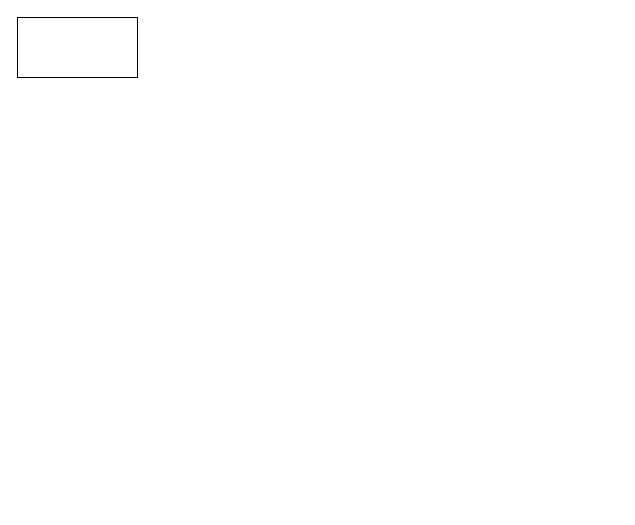
CDXcai/draw keeps this draw.io diagram as 未命名绘图.drawio. Above is the earlier version. Source tidied: cells renumbered, new cells numbered last; positions are measured from the earlier drawing's top-left corner, leaving out a move shared by most shapes. Both pictures are drawn from the tidied source at 100%, with x=0, y=0 at pixel (17, 17).
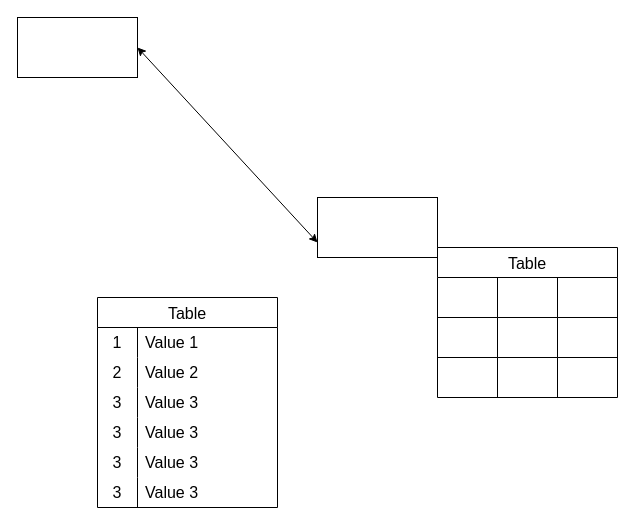
The same diagram, later.

Commit message:
更新未命名绘图.drawio

The change refers to these unchanged cells:
```xml
<mxCell id="2" style="rounded=0;whiteSpace=wrap;html=1;" parent="1" vertex="1">
  <mxGeometry width="120" height="60" as="geometry" />
</mxCell>
```

What changed in the source:
```diff
@@
+    <mxCell id="3" style="rounded=0;whiteSpace=wrap;html=1;" parent="1" vertex="1">
+      <mxGeometry x="300" y="180" width="120" height="60" as="geometry" />
+    </mxCell>
+    <mxCell id="4" style="endArrow=classic;startArrow=classic;html=1;rounded=0;entryX=0;entryY=0.75;entryDx=0;entryDy=0;exitX=1;exitY=0.5;exitDx=0;exitDy=0;" parent="1" edge="1" source="2" target="3">
+      <mxGeometry relative="1" as="geometry" />
+    </mxCell>
+    <mxCell id="5" value="Table" style="shape=table;startSize=30;childLayout=tableLayout;strokeColor=default;fontSize=16;" parent="1" vertex="1">
+      <mxGeometry x="420" y="230" width="180" height="150" as="geometry" />
+    </mxCell>
+    <mxCell id="6" style="shape=tableRow;horizontal=0;startSize=0;swimlaneHead=0;swimlaneBody=0;strokeColor=inherit;top=0;left=0;bottom=0;right=0;fillColor=none;fontSize=16;" parent="5" vertex="1">
+      <mxGeometry y="30" width="180" height="40" as="geometry" />
+    </mxCell>
+    <mxCell id="7" style="shape=partialRectangle;html=1;whiteSpace=wrap;strokeColor=inherit;overflow=hidden;fillColor=none;top=0;left=0;bottom=0;right=0;fontSize=16;" parent="6" vertex="1">
+      <mxGeometry width="60" height="40" as="geometry" />
+    </mxCell>
+    <mxCell id="8" style="shape=partialRectangle;html=1;whiteSpace=wrap;strokeColor=inherit;overflow=hidden;fillColor=none;top=0;left=0;bottom=0;right=0;fontSize=16;" parent="6" vertex="1">
+      <mxGeometry x="60" width="60" height="40" as="geometry" />
+    </mxCell>
+    <mxCell id="9" style="shape=partialRectangle;html=1;whiteSpace=wrap;strokeColor=inherit;overflow=hidden;fillColor=none;top=0;left=0;bottom=0;right=0;fontSize=16;" parent="6" vertex="1">
+      <mxGeometry x="120" width="60" height="40" as="geometry" />
+    </mxCell>
+    <mxCell id="10" style="shape=tableRow;horizontal=0;startSize=0;swimlaneHead=0;swimlaneBody=0;strokeColor=inherit;top=0;left=0;bottom=0;right=0;fillColor=none;fontSize=16;" parent="5" vertex="1">
+      <mxGeometry y="70" width="180" height="40" as="geometry" />
+    </mxCell>
+    <mxCell id="11" style="shape=partialRectangle;html=1;whiteSpace=wrap;strokeColor=inherit;overflow=hidden;fillColor=none;top=0;left=0;bottom=0;right=0;fontSize=16;" parent="10" vertex="1">
+      <mxGeometry width="60" height="40" as="geometry" />
+    </mxCell>
+    <mxCell id="12" style="shape=partialRectangle;html=1;whiteSpace=wrap;strokeColor=inherit;overflow=hidden;fillColor=none;top=0;left=0;bottom=0;right=0;fontSize=16;" parent="10" vertex="1">
+      <mxGeometry x="60" width="60" height="40" as="geometry" />
+    </mxCell>
+    <mxCell id="13" style="shape=partialRectangle;html=1;whiteSpace=wrap;strokeColor=inherit;overflow=hidden;fillColor=none;top=0;left=0;bottom=0;right=0;fontSize=16;" parent="10" vertex="1">
+      <mxGeometry x="120" width="60" height="40" as="geometry" />
+    </mxCell>
+    <mxCell id="14" style="shape=tableRow;horizontal=0;startSize=0;swimlaneHead=0;swimlaneBody=0;strokeColor=inherit;top=0;left=0;bottom=0;right=0;fillColor=none;fontSize=16;" parent="5" vertex="1">
+      <mxGeometry y="110" width="180" height="40" as="geometry" />
+    </mxCell>
+    <mxCell id="15" style="shape=partialRectangle;html=1;whiteSpace=wrap;strokeColor=inherit;overflow=hidden;fillColor=none;top=0;left=0;bottom=0;right=0;fontSize=16;" parent="14" vertex="1">
+      <mxGeometry width="60" height="40" as="geometry" />
+    </mxCell>
+    <mxCell id="16" style="shape=partialRectangle;html=1;whiteSpace=wrap;strokeColor=inherit;overflow=hidden;fillColor=none;top=0;left=0;bottom=0;right=0;fontSize=16;" parent="14" vertex="1">
+      <mxGeometry x="60" width="60" height="40" as="geometry" />
+    </mxCell>
+    <mxCell id="17" style="shape=partialRectangle;html=1;whiteSpace=wrap;strokeColor=inherit;overflow=hidden;fillColor=none;top=0;left=0;bottom=0;right=0;fontSize=16;" parent="14" vertex="1">
+      <mxGeometry x="120" width="60" height="40" as="geometry" />
+    </mxCell>
+    <mxCell id="18" value="Table" style="shape=table;startSize=30;childLayout=tableLayout;rowLines=0;fontStyle=0;strokeColor=default;fontSize=16;" parent="1" vertex="1">
+      <mxGeometry x="80" y="280" width="180" height="210" as="geometry" />
+    </mxCell>
+    <mxCell id="19" style="shape=tableRow;horizontal=0;startSize=0;swimlaneHead=0;swimlaneBody=0;top=0;left=0;bottom=0;right=0;fillColor=none;strokeColor=inherit;fontSize=16;" parent="18" vertex="1">
+      <mxGeometry y="30" width="180" height="30" as="geometry" />
+    </mxCell>
+    <mxCell id="20" value="1" style="shape=partialRectangle;html=1;whiteSpace=wrap;fillColor=none;top=0;left=0;bottom=0;right=0;overflow=hidden;strokeColor=inherit;fontSize=16;" parent="19" vertex="1">
+      <mxGeometry width="40" height="30" as="geometry" />
+    </mxCell>
+    <mxCell id="21" value="Value 1" style="shape=partialRectangle;html=1;whiteSpace=wrap;fillColor=none;top=0;left=0;bottom=0;right=0;align=left;spacingLeft=6;overflow=hidden;strokeColor=inherit;fontSize=16;" parent="19" vertex="1">
+      <mxGeometry x="40" width="140" height="30" as="geometry" />
+    </mxCell>
+    <mxCell id="22" style="shape=tableRow;horizontal=0;startSize=0;swimlaneHead=0;swimlaneBody=0;top=0;left=0;bottom=0;right=0;fillColor=none;strokeColor=inherit;fontSize=16;" parent="18" vertex="1">
+      <mxGeometry y="60" width="180" height="30" as="geometry" />
+    </mxCell>
+    <mxCell id="23" value="2" style="shape=partialRectangle;html=1;whiteSpace=wrap;fillColor=none;top=0;left=0;bottom=0;right=0;overflow=hidden;strokeColor=inherit;fontSize=16;" parent="22" vertex="1">
+      <mxGeometry width="40" height="30" as="geometry" />
+    </mxCell>
+    <mxCell id="24" value="Value 2" style="shape=partialRectangle;html=1;whiteSpace=wrap;fillColor=none;top=0;left=0;bottom=0;right=0;align=left;spacingLeft=6;overflow=hidden;strokeColor=inherit;fontSize=16;" parent="22" vertex="1">
+      <mxGeometry x="40" width="140" height="30" as="geometry" />
+    </mxCell>
+    <mxCell id="25" style="shape=tableRow;horizontal=0;startSize=0;swimlaneHead=0;swimlaneBody=0;top=0;left=0;bottom=0;right=0;fillColor=none;strokeColor=inherit;fontSize=16;" parent="18" vertex="1">
+      <mxGeometry y="90" width="180" height="30" as="geometry" />
+    </mxCell>
+    <mxCell id="26" value="3" style="shape=partialRectangle;html=1;whiteSpace=wrap;fillColor=none;top=0;left=0;bottom=0;right=0;overflow=hidden;strokeColor=inherit;fontSize=16;" parent="25" vertex="1">
+      <mxGeometry width="40" height="30" as="geometry" />
+    </mxCell>
+    <mxCell id="27" value="Value 3" style="shape=partialRectangle;html=1;whiteSpace=wrap;fillColor=none;top=0;left=0;bottom=0;right=0;align=left;spacingLeft=6;overflow=hidden;strokeColor=inherit;fontSize=16;" parent="25" vertex="1">
+      <mxGeometry x="40" width="140" height="30" as="geometry" />
+    </mxCell>
+    <mxCell id="28" style="shape=tableRow;horizontal=0;startSize=0;swimlaneHead=0;swimlaneBody=0;top=0;left=0;bottom=0;right=0;fillColor=none;strokeColor=inherit;fontSize=16;" parent="18" vertex="1">
+      <mxGeometry y="120" width="180" height="30" as="geometry" />
+    </mxCell>
+    <mxCell id="29" value="3" style="shape=partialRectangle;html=1;whiteSpace=wrap;fillColor=none;top=0;left=0;bottom=0;right=0;overflow=hidden;strokeColor=inherit;fontSize=16;" parent="28" vertex="1">
+      <mxGeometry width="40" height="30" as="geometry" />
+    </mxCell>
+    <mxCell id="30" value="Value 3" style="shape=partialRectangle;html=1;whiteSpace=wrap;fillColor=none;top=0;left=0;bottom=0;right=0;align=left;spacingLeft=6;overflow=hidden;strokeColor=inherit;fontSize=16;" parent="28" vertex="1">
+      <mxGeometry x="40" width="140" height="30" as="geometry" />
+    </mxCell>
+    <mxCell id="31" style="shape=tableRow;horizontal=0;startSize=0;swimlaneHead=0;swimlaneBody=0;top=0;left=0;bottom=0;right=0;fillColor=none;strokeColor=inherit;fontSize=16;" parent="18" vertex="1">
+      <mxGeometry y="150" width="180" height="30" as="geometry" />
+    </mxCell>
+    <mxCell id="32" value="3" style="shape=partialRectangle;html=1;whiteSpace=wrap;fillColor=none;top=0;left=0;bottom=0;right=0;overflow=hidden;strokeColor=inherit;fontSize=16;" parent="31" vertex="1">
+      <mxGeometry width="40" height="30" as="geometry" />
+    </mxCell>
+    <mxCell id="33" value="Value 3" style="shape=partialRectangle;html=1;whiteSpace=wrap;fillColor=none;top=0;left=0;bottom=0;right=0;align=left;spacingLeft=6;overflow=hidden;strokeColor=inherit;fontSize=16;" parent="31" vertex="1">
+      <mxGeometry x="40" width="140" height="30" as="geometry" />
+    </mxCell>
+    <mxCell id="34" style="shape=tableRow;horizontal=0;startSize=0;swimlaneHead=0;swimlaneBody=0;top=0;left=0;bottom=0;right=0;fillColor=none;strokeColor=inherit;fontSize=16;" parent="18" vertex="1">
+      <mxGeometry y="180" width="180" height="30" as="geometry" />
+    </mxCell>
+    <mxCell id="35" value="3" style="shape=partialRectangle;html=1;whiteSpace=wrap;fillColor=none;top=0;left=0;bottom=0;right=0;overflow=hidden;strokeColor=inherit;fontSize=16;" parent="34" vertex="1">
+      <mxGeometry width="40" height="30" as="geometry" />
+    </mxCell>
+    <mxCell id="36" value="Value 3" style="shape=partialRectangle;html=1;whiteSpace=wrap;fillColor=none;top=0;left=0;bottom=0;right=0;align=left;spacingLeft=6;overflow=hidden;strokeColor=inherit;fontSize=16;" parent="34" vertex="1">
+      <mxGeometry x="40" width="140" height="30" as="geometry" />
+    </mxCell>
```
